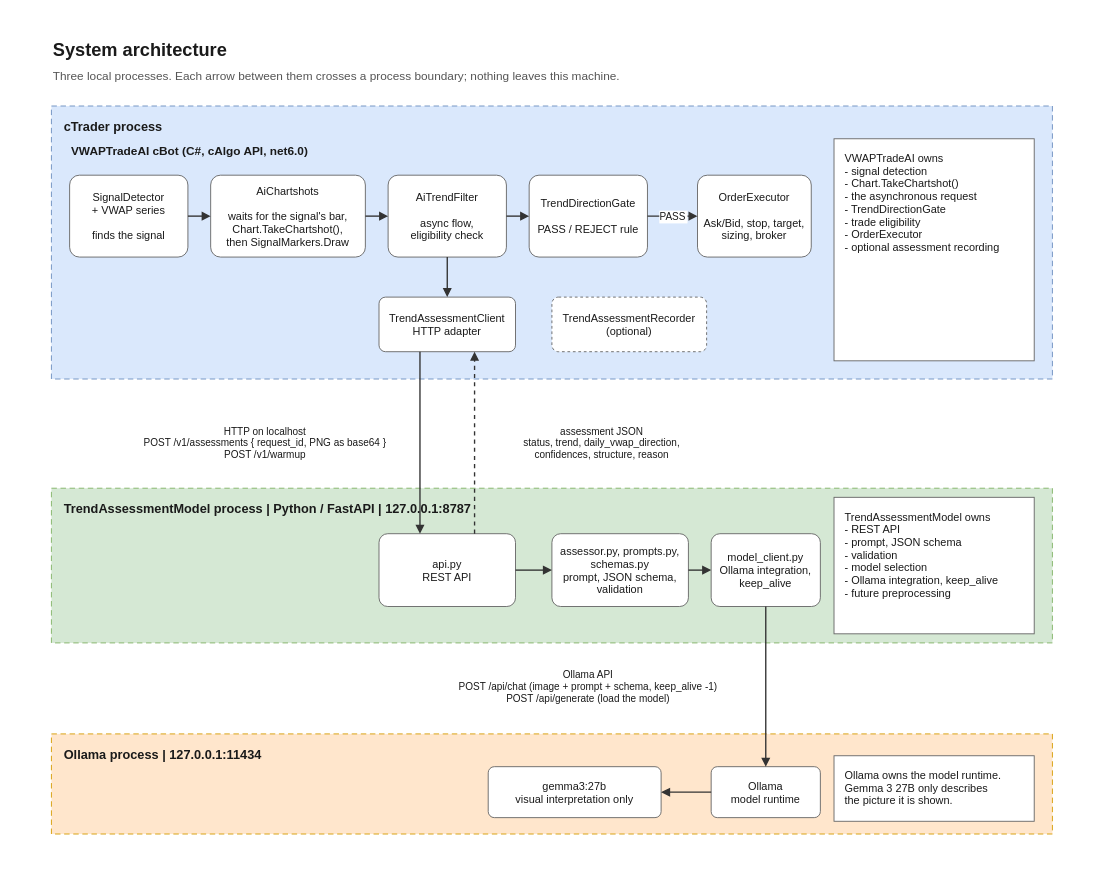
This is page "1. System architecture" (1 of 6) of docs/architecture.drawio from richardgong1987/VWAPTradeAI, a draw.io file, before an edit. Source tidied: cells renumbered, new cells numbered last; positions are measured from the earlier drawing's top-left corner, leaving out a move shared by most shapes. Both pictures are drawn from the tidied source at 91%, with x=0, y=0 at pixel (15, 15).
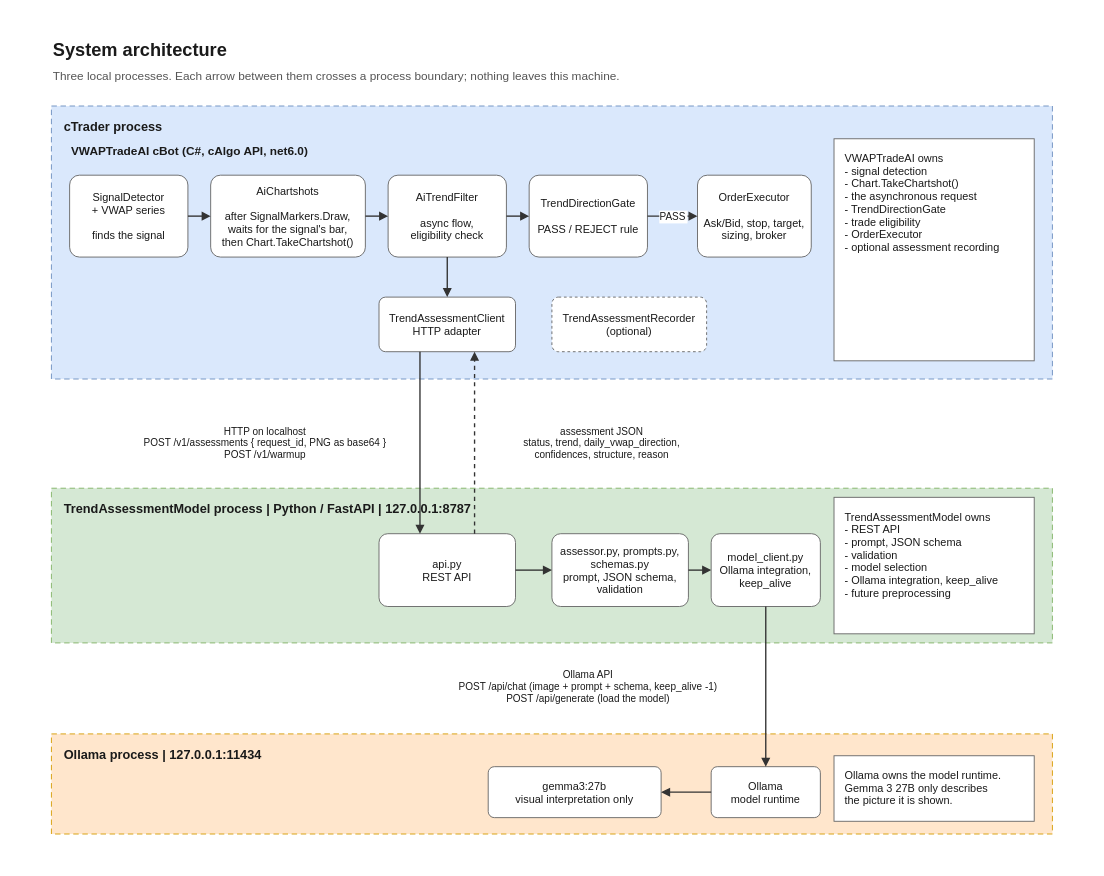
After the change.

What changed in the source:
```diff
@@
-    <mxCell id="8" value="AiChartshots&#10;&#10;waits for the signal's bar,&#10;Chart.TakeChartshot(),&#10;then SignalMarkers.Draw" style="html=0;fontFamily=Helvetica;fontColor=#1a1a1a;rounded=1;arcSize=12;fontSize=12;fillColor=#ffffff;strokeColor=#666666;" parent="1" vertex="1">
+    <mxCell id="8" value="AiChartshots&#10;&#10;after SignalMarkers.Draw,&#10;waits for the signal's bar,&#10;then Chart.TakeChartshot()" style="html=0;fontFamily=Helvetica;fontColor=#1a1a1a;rounded=1;arcSize=12;fontSize=12;fillColor=#ffffff;strokeColor=#666666;" parent="1" vertex="1">
       <mxGeometry x="215" y="176" width="170" height="90" as="geometry" />
     </mxCell>
```
